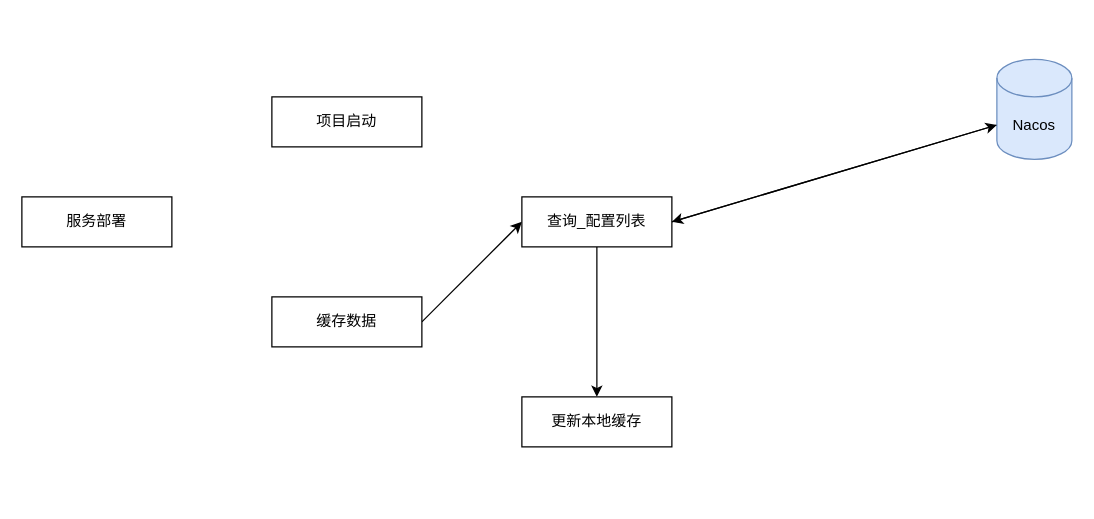
LanSeTianYe/draw keeps this draw.io diagram as xiwang/续报中心-接口缓存方案.drawio. Above is the earlier version. Source tidied: cells renumbered, new cells numbered last; positions are measured from the earlier drawing's top-left corner, leaving out a move shared by most shapes. Both pictures are drawn from the tidied source at 125%, with x=0, y=0 at pixel (21, 59).
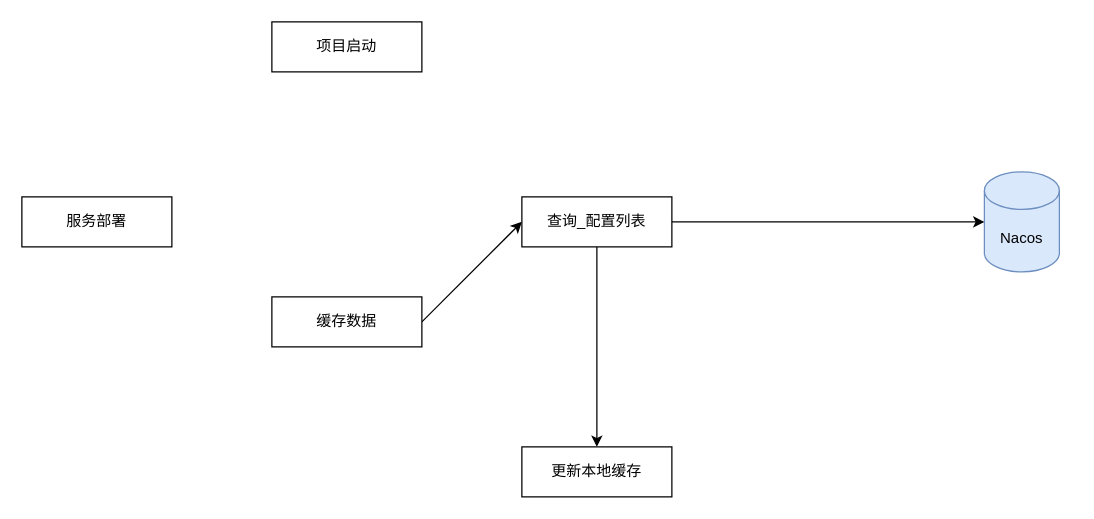
The same diagram, later.

Commit message (it also covers changes not shown here):
更新续报中心-接口缓存方案.drawio

The edit, as a diff of the source:
```diff
@@
 <mxGraphModel>
   <root>
     <mxCell id="0" />
     <mxCell id="1" parent="0" />
     <mxCell id="2" value="服务部署" style="rounded=0;whiteSpace=wrap;html=1;" parent="1" vertex="1">
       <mxGeometry y="110" width="120" height="40" as="geometry" />
     </mxCell>
     <mxCell id="3" value="项目启动" style="rounded=0;whiteSpace=wrap;html=1;" parent="1" vertex="1">
-      <mxGeometry x="200" y="30" width="120" height="40" as="geometry" />
+      <mxGeometry x="200" y="-30" width="120" height="40" as="geometry" />
     </mxCell>
     <mxCell id="4" style="rounded=0;jettySize=auto;html=1;exitX=1;exitY=0.5;exitDx=0;exitDy=0;entryX=0;entryY=0.5;entryDx=0;entryDy=0;" parent="1" edge="1" source="5" target="7">
       <mxGeometry relative="1" as="geometry" />
     </mxCell>
     <mxCell id="5" value="缓存数据" style="rounded=0;whiteSpace=wrap;html=1;" parent="1" vertex="1">
       <mxGeometry x="200" y="190" width="120" height="40" as="geometry" />
     </mxCell>
     <mxCell id="6" style="edgeStyle=orthogonalEdgeStyle;rounded=0;jettySize=auto;html=1;exitX=0.5;exitY=1;exitDx=0;exitDy=0;" parent="1" edge="1" source="7" target="11">
       <mxGeometry relative="1" as="geometry" />
     </mxCell>
     <mxCell id="7" value="查询_配置列表" style="rounded=0;whiteSpace=wrap;html=1;" parent="1" vertex="1">
       <mxGeometry x="400" y="110" width="120" height="40" as="geometry" />
     </mxCell>
-    <mxCell id="8" style="rounded=0;jettySize=auto;html=1;exitX=0;exitY=0;exitDx=0;exitDy=52.5;exitPerimeter=0;entryX=1;entryY=0.5;entryDx=0;entryDy=0;" parent="1" edge="1" source="9" target="7">
-      <mxGeometry relative="1" as="geometry" />
-    </mxCell>
     <mxCell id="9" value="Nacos" style="shape=cylinder3;whiteSpace=wrap;html=1;boundedLbl=1;backgroundOutline=1;size=15;fillColor=#dae8fc;strokeColor=#6c8ebf;" parent="1" vertex="1">
-      <mxGeometry x="780" width="60" height="80" as="geometry" />
+      <mxGeometry x="770" y="90" width="60" height="80" as="geometry" />
     </mxCell>
+    <mxCell id="11" value="更新本地缓存" style="rounded=0;whiteSpace=wrap;html=1;" parent="1" vertex="1">
+      <mxGeometry x="400" y="310" width="120" height="40" as="geometry" />
+    </mxCell>
-    <mxCell id="10" style="rounded=0;jettySize=auto;html=1;exitX=1;exitY=0.5;exitDx=0;exitDy=0;entryX=0;entryY=0;entryDx=0;entryDy=52.5;entryPerimeter=0;" parent="1" edge="1" source="7" target="9">
+    <mxCell id="10" style="edgeStyle=orthogonalEdgeStyle;rounded=0;jettySize=auto;html=1;exitX=1;exitY=0.5;exitDx=0;exitDy=0;entryX=0;entryY=0.5;entryDx=0;entryDy=0;entryPerimeter=0;" parent="1" edge="1" source="7" target="9">
       <mxGeometry relative="1" as="geometry" />
     </mxCell>
-    <mxCell id="11" value="更新本地缓存" style="rounded=0;whiteSpace=wrap;html=1;" parent="1" vertex="1">
-      <mxGeometry x="400" y="270" width="120" height="40" as="geometry" />
-    </mxCell>
   </root>
 </mxGraphModel>
```
